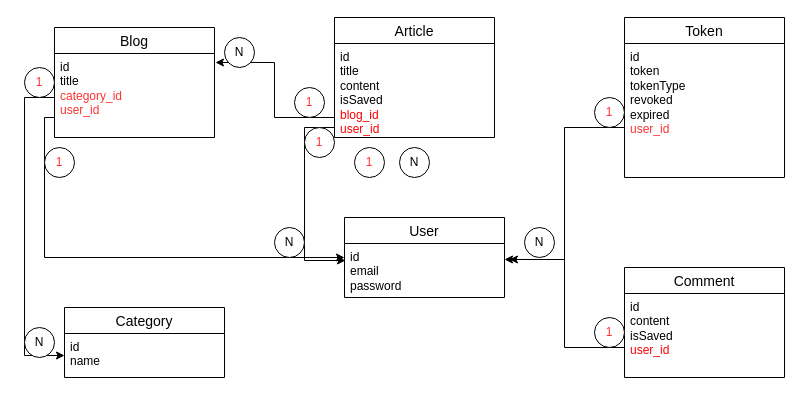
The draw.io diagram page "MLD" (1 of 7) of Diagramme sans nom.drawio in Ali0908/BDD_UML, before the edit. Source tidied: cells renumbered, new cells numbered last; positions are measured from the earlier drawing's top-left corner, leaving out a move shared by most shapes. Both pictures are drawn from the tidied source at 100%, with x=0, y=0 at pixel (24, 17).
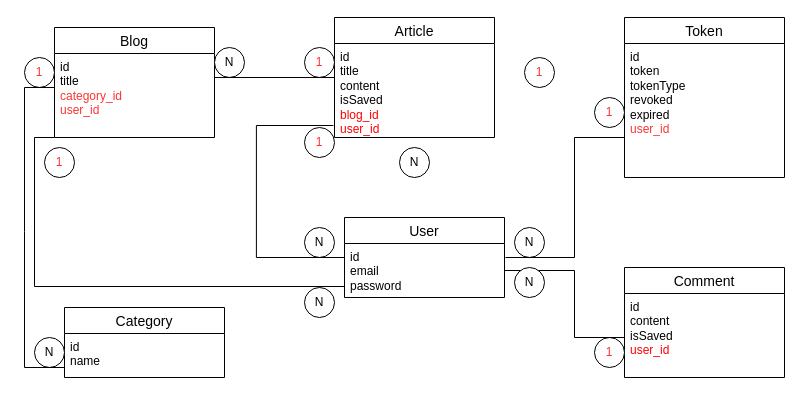
Above is the later version.

The change refers to these unchanged cells:
```xml
<mxCell id="3" value="id&lt;br&gt;email&lt;br&gt;&lt;div&gt;password&lt;br&gt;&lt;/div&gt;" style="text;strokeColor=none;fillColor=none;spacingLeft=4;spacingRight=4;overflow=hidden;points=[[0,0.5],[1,0.5]];portConstraint=eastwest;fontSize=12;whiteSpace=wrap;html=1;" parent="2" vertex="1">
  <mxGeometry y="26" width="160" height="54" as="geometry" />
</mxCell>
<mxCell id="5" value="&lt;div&gt;id&lt;br&gt;&lt;/div&gt;&lt;div&gt;token&lt;/div&gt;tokenType&lt;div&gt;revoked&lt;br&gt;expired&lt;/div&gt;&lt;div&gt;&lt;font color=&quot;#ff3333&quot;&gt;user_id&lt;/font&gt;&lt;/div&gt;" style="text;strokeColor=none;fillColor=none;spacingLeft=4;spacingRight=4;overflow=hidden;points=[[0,0.5],[1,0.5]];portConstraint=eastwest;fontSize=12;whiteSpace=wrap;html=1;" parent="4" vertex="1">
  <mxGeometry y="26" width="160" height="134" as="geometry" />
</mxCell>
<mxCell id="6" value="Blog" style="swimlane;fontStyle=0;horizontal=1;startSize=26;align=center;fontSize=14;" parent="1" vertex="1">
  <mxGeometry x="30" y="10" width="160" height="110" as="geometry" />
</mxCell>
<mxCell id="8" value="&lt;div&gt;id&lt;br&gt;&lt;/div&gt;&lt;div&gt;title&lt;/div&gt;&lt;div&gt;&lt;font color=&quot;#ff3333&quot;&gt;category_id&lt;/font&gt;&lt;/div&gt;&lt;div&gt;&lt;font color=&quot;#ff3333&quot;&gt;user_id&lt;/font&gt;&lt;br&gt;&lt;/div&gt;" style="text;strokeColor=none;fillColor=none;spacingLeft=4;spacingRight=4;overflow=hidden;points=[[0,0.5],[1,0.5]];portConstraint=eastwest;fontSize=12;whiteSpace=wrap;html=1;" parent="6" vertex="1">
  <mxGeometry y="26" width="160" height="84" as="geometry" />
</mxCell>
<mxCell id="10" value="&lt;div&gt;id&lt;br&gt;&lt;/div&gt;&lt;div&gt;title&lt;/div&gt;&lt;div&gt;content&lt;/div&gt;&lt;div&gt;isSaved&lt;br&gt;&lt;/div&gt;&lt;div&gt;&lt;font color=&quot;#ff0000&quot;&gt;blog_id&lt;br&gt;user_id&lt;/font&gt;&lt;br&gt;&lt;/div&gt;" style="text;strokeColor=none;fillColor=none;spacingLeft=4;spacingRight=4;overflow=hidden;points=[[0,0.5],[1,0.5]];portConstraint=eastwest;fontSize=12;whiteSpace=wrap;html=1;" parent="9" vertex="1">
  <mxGeometry y="26" width="160" height="94" as="geometry" />
</mxCell>
<mxCell id="12" value="&lt;div&gt;id&lt;br&gt;&lt;/div&gt;&lt;div&gt;content&lt;/div&gt;&lt;div&gt;isSaved&lt;br&gt;&lt;/div&gt;&lt;div&gt;&lt;font color=&quot;#ff0000&quot;&gt;user_id&lt;/font&gt;&lt;/div&gt;" style="text;strokeColor=none;fillColor=none;spacingLeft=4;spacingRight=4;overflow=hidden;points=[[0,0.5],[1,0.5]];portConstraint=eastwest;fontSize=12;whiteSpace=wrap;html=1;" parent="11" vertex="1">
  <mxGeometry y="26" width="160" height="84" as="geometry" />
</mxCell>
<mxCell id="14" value="&lt;div&gt;id&lt;br&gt;&lt;/div&gt;&lt;div&gt;name&lt;br&gt;&lt;/div&gt;&lt;div&gt;&lt;br&gt;&lt;/div&gt;" style="text;strokeColor=none;fillColor=none;spacingLeft=4;spacingRight=4;overflow=hidden;points=[[0,0.5],[1,0.5]];portConstraint=eastwest;fontSize=12;whiteSpace=wrap;html=1;" parent="13" vertex="1">
  <mxGeometry y="26" width="160" height="44" as="geometry" />
</mxCell>
```

Diff of the diagram source:
```diff
@@
-    <mxCell id="7" style="edgeStyle=orthogonalEdgeStyle;rounded=0;jettySize=auto;html=1;elbow=vertical;" parent="6" edge="1" source="8">
-      <mxGeometry relative="1" as="geometry">
-        <mxPoint x="290" y="230" as="targetPoint" />
-        <Array as="points">
-          <mxPoint x="-10" y="90" />
-          <mxPoint x="-10" y="230" />
-        </Array>
-      </mxGeometry>
-    </mxCell>
@@
     <mxCell id="15" value="&lt;font color=&quot;#ff3333&quot;&gt;1&lt;/font&gt;" style="ellipse;whiteSpace=wrap;html=1;" parent="1" vertex="1">
-      <mxGeometry x="330" y="130" width="30" height="30" as="geometry" />
+      <mxGeometry x="280" y="110" width="30" height="30" as="geometry" />
     </mxCell>
@@
-    <mxCell id="17" style="edgeStyle=orthogonalEdgeStyle;rounded=0;jettySize=auto;html=1;entryX=1.006;entryY=0.107;entryDx=0;entryDy=0;entryPerimeter=0;elbow=vertical;" parent="1" edge="1" source="10" target="8">
-      <mxGeometry relative="1" as="geometry">
-        <Array as="points">
-          <mxPoint x="250" y="100" />
-          <mxPoint x="250" y="45" />
-        </Array>
-      </mxGeometry>
-    </mxCell>
     <mxCell id="18" value="&lt;font color=&quot;#ff3333&quot;&gt;1&lt;/font&gt;" style="ellipse;whiteSpace=wrap;html=1;" parent="1" vertex="1">
-      <mxGeometry x="270" y="70" width="30" height="30" as="geometry" />
+      <mxGeometry x="20" y="130" width="30" height="30" as="geometry" />
     </mxCell>
     <mxCell id="19" value="N" style="ellipse;whiteSpace=wrap;html=1;" parent="1" vertex="1">
-      <mxGeometry x="200" y="20" width="30" height="30" as="geometry" />
+      <mxGeometry x="190" y="30" width="30" height="30" as="geometry" />
     </mxCell>
-    <mxCell id="20" style="edgeStyle=orthogonalEdgeStyle;rounded=0;jettySize=auto;html=1;entryX=0.006;entryY=0.315;entryDx=0;entryDy=0;entryPerimeter=0;elbow=vertical;" parent="1" edge="1" source="10" target="3">
-      <mxGeometry relative="1" as="geometry">
-        <Array as="points">
-          <mxPoint x="280" y="110" />
-          <mxPoint x="280" y="243" />
-        </Array>
-      </mxGeometry>
-    </mxCell>
     <mxCell id="21" value="&lt;font color=&quot;#ff3333&quot;&gt;1&lt;/font&gt;" style="ellipse;whiteSpace=wrap;html=1;" parent="1" vertex="1">
-      <mxGeometry x="280" y="110" width="30" height="30" as="geometry" />
+      <mxGeometry x="500" y="40" width="30" height="30" as="geometry" />
     </mxCell>
     <mxCell id="22" value="N" style="ellipse;whiteSpace=wrap;html=1;" parent="1" vertex="1">
-      <mxGeometry x="250" y="210" width="30" height="30" as="geometry" />
+      <mxGeometry x="280" y="210" width="30" height="30" as="geometry" />
     </mxCell>
-    <mxCell id="23" style="edgeStyle=orthogonalEdgeStyle;rounded=0;jettySize=auto;html=1;entryX=0;entryY=0.5;entryDx=0;entryDy=0;elbow=vertical;" parent="1" edge="1" source="8" target="14">
-      <mxGeometry relative="1" as="geometry">
-        <Array as="points">
-          <mxPoint y="80" />
-          <mxPoint y="338" />
-        </Array>
-      </mxGeometry>
-    </mxCell>
-    <mxCell id="24" style="edgeStyle=orthogonalEdgeStyle;rounded=0;jettySize=auto;html=1;entryX=1.031;entryY=0.296;entryDx=0;entryDy=0;entryPerimeter=0;elbow=vertical;" parent="1" edge="1" source="5" target="3">
-      <mxGeometry relative="1" as="geometry">
-        <Array as="points">
-          <mxPoint x="540" y="110" />
-          <mxPoint x="540" y="242" />
-        </Array>
-      </mxGeometry>
-    </mxCell>
-    <mxCell id="25" style="edgeStyle=orthogonalEdgeStyle;rounded=0;jettySize=auto;html=1;entryX=1;entryY=0.296;entryDx=0;entryDy=0;entryPerimeter=0;elbow=vertical;" parent="1" edge="1" source="12" target="3">
-      <mxGeometry relative="1" as="geometry">
-        <Array as="points">
-          <mxPoint x="540" y="330" />
-          <mxPoint x="540" y="242" />
-        </Array>
-      </mxGeometry>
-    </mxCell>
@@
     <mxCell id="27" value="&lt;font color=&quot;#ff3333&quot;&gt;1&lt;/font&gt;" style="ellipse;whiteSpace=wrap;html=1;" parent="1" vertex="1">
-      <mxGeometry x="570" y="300" width="30" height="30" as="geometry" />
+      <mxGeometry x="570" y="320" width="30" height="30" as="geometry" />
     </mxCell>
     <mxCell id="28" value="N" style="ellipse;whiteSpace=wrap;html=1;" parent="1" vertex="1">
-      <mxGeometry x="500" y="210" width="30" height="30" as="geometry" />
+      <mxGeometry x="490" y="210" width="30" height="30" as="geometry" />
     </mxCell>
     <mxCell id="29" value="&lt;font color=&quot;#ff3333&quot;&gt;1&lt;/font&gt;" style="ellipse;whiteSpace=wrap;html=1;" parent="1" vertex="1">
-      <mxGeometry y="50" width="30" height="30" as="geometry" />
+      <mxGeometry y="40" width="30" height="30" as="geometry" />
     </mxCell>
     <mxCell id="30" value="&lt;font color=&quot;#ff3333&quot;&gt;1&lt;/font&gt;" style="ellipse;whiteSpace=wrap;html=1;" parent="1" vertex="1">
-      <mxGeometry x="20" y="130" width="30" height="30" as="geometry" />
+      <mxGeometry x="280" y="30" width="30" height="30" as="geometry" />
     </mxCell>
     <mxCell id="31" value="N" style="ellipse;whiteSpace=wrap;html=1;" parent="1" vertex="1">
-      <mxGeometry y="310" width="30" height="30" as="geometry" />
+      <mxGeometry x="10" y="320" width="30" height="30" as="geometry" />
     </mxCell>
+    <mxCell id="32" style="endArrow=none;html=1;rounded=0;entryX=0;entryY=0.893;entryDx=0;entryDy=0;entryPerimeter=0;" parent="1" edge="1">
+      <mxGeometry relative="1" as="geometry">
+        <mxPoint x="310" y="269" as="sourcePoint" />
+        <mxPoint x="30" y="120" as="targetPoint" />
+        <Array as="points">
+          <mxPoint x="320" y="269" />
+          <mxPoint x="10" y="269" />
+          <mxPoint x="10" y="120" />
+        </Array>
+      </mxGeometry>
+    </mxCell>
+    <mxCell id="33" style="endArrow=none;html=1;rounded=0;entryX=0;entryY=0.405;entryDx=0;entryDy=0;entryPerimeter=0;" parent="1" edge="1" target="8">
+      <mxGeometry relative="1" as="geometry">
+        <mxPoint x="40" y="350" as="sourcePoint" />
+        <Array as="points">
+          <mxPoint y="350" />
+          <mxPoint y="214" />
+          <mxPoint y="70" />
+        </Array>
+      </mxGeometry>
+    </mxCell>
+    <mxCell id="34" style="endArrow=none;html=1;rounded=0;entryX=-0.019;entryY=0.883;entryDx=0;entryDy=0;entryPerimeter=0;exitX=-0.012;exitY=0.278;exitDx=0;exitDy=0;exitPerimeter=0;" parent="1" edge="1">
+      <mxGeometry relative="1" as="geometry">
+        <mxPoint x="320" y="240" as="sourcePoint" />
+        <mxPoint x="308.9" y="108" as="targetPoint" />
+        <Array as="points">
+          <mxPoint x="231.9" y="240" />
+          <mxPoint x="231.9" y="108" />
+        </Array>
+      </mxGeometry>
+    </mxCell>
+    <mxCell id="35" style="endArrow=none;html=1;rounded=0;" parent="1" edge="1">
+      <mxGeometry relative="1" as="geometry">
+        <mxPoint x="190" y="60" as="sourcePoint" />
+        <mxPoint x="310" y="60" as="targetPoint" />
+      </mxGeometry>
+    </mxCell>
+    <mxCell id="36" style="endArrow=none;html=1;rounded=0;exitX=1.006;exitY=0.259;exitDx=0;exitDy=0;exitPerimeter=0;" parent="1" edge="1" source="3">
+      <mxGeometry relative="1" as="geometry">
+        <mxPoint x="600" y="120" as="targetPoint" />
+        <Array as="points">
+          <mxPoint x="550" y="240" />
+          <mxPoint x="550" y="120" />
+        </Array>
+      </mxGeometry>
+    </mxCell>
+    <mxCell id="37" style="endArrow=none;html=1;rounded=0;exitX=1;exitY=0.5;exitDx=0;exitDy=0;" parent="1" edge="1" source="3">
+      <mxGeometry relative="1" as="geometry">
+        <mxPoint x="600" y="320" as="targetPoint" />
+        <Array as="points">
+          <mxPoint x="550" y="253" />
+          <mxPoint x="550" y="320" />
+        </Array>
+      </mxGeometry>
+    </mxCell>
+    <mxCell id="38" value="N" style="ellipse;whiteSpace=wrap;html=1;" parent="1" vertex="1">
+      <mxGeometry x="280" y="270" width="30" height="30" as="geometry" />
+    </mxCell>
+    <mxCell id="39" value="N" style="ellipse;whiteSpace=wrap;html=1;" parent="1" vertex="1">
+      <mxGeometry x="490" y="250" width="30" height="30" as="geometry" />
+    </mxCell>
```
